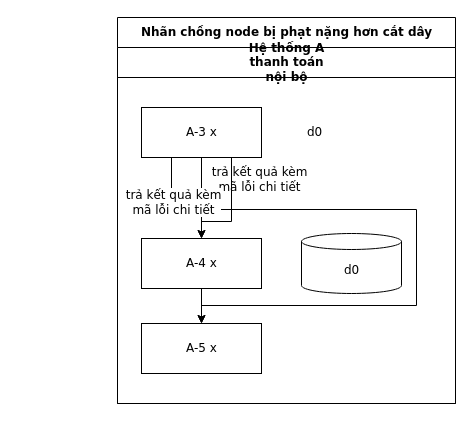
luytbq/flowcast keeps this draw.io diagram as conformance/golden/cases/53-label-node-overlap-weight.drawio. Above is the earlier version. Source tidied: cells renumbered, new cells numbered last; positions are measured from the earlier drawing's top-left corner, leaving out a move shared by most shapes. Both pictures are drawn from the tidied source at 100%, with x=0, y=0 at pixel (117, 17).
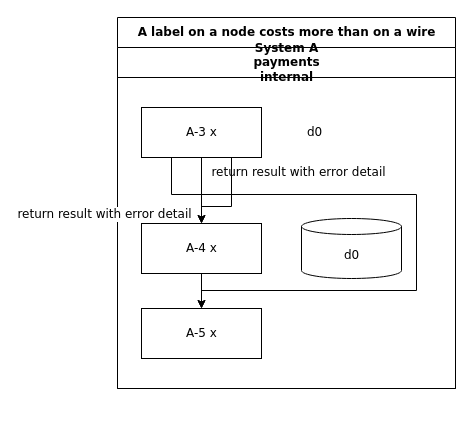
After the change.

Diff of the diagram source:
```diff
@@
 <mxGraphModel>
   <root>
     <mxCell id="0" />
     <mxCell id="1" parent="0" />
-    <mxCell id="2" value="Nhãn chồng node bị phạt nặng hơn cắt dây" style="swimlane;html=1;startSize=30;fontStyle=1;fontFamily=Verdana;fontSize=12;flowtable=1;" parent="1" vertex="1">
-      <mxGeometry width="338" height="386" as="geometry" />
+    <mxCell id="2" value="A label on a node costs more than on a wire" style="swimlane;html=1;startSize=30;fontStyle=1;fontFamily=Verdana;fontSize=12;flowtable=1;" parent="1" vertex="1">
+      <mxGeometry width="338" height="371" as="geometry" />
     </mxCell>
-    <mxCell id="3" value="Hệ thống A&lt;br&gt;thanh toán&lt;br&gt;nội bộ" style="swimlane;html=1;startSize=30;fontFamily=Verdana;fontSize=12;flowtable=1;" parent="2" vertex="1">
-      <mxGeometry y="30" width="338" height="356" as="geometry" />
+    <mxCell id="3" value="System A&lt;br&gt;payments&lt;br&gt;internal" style="swimlane;html=1;startSize=30;fontFamily=Verdana;fontSize=12;flowtable=1;" parent="2" vertex="1">
+      <mxGeometry y="30" width="338" height="341" as="geometry" />
     </mxCell>
     <mxCell id="4" value="A-3 x" style="rounded=0;html=1;fontFamily=Verdana;fontSize=12;flowtable=1;" parent="3" vertex="1">
       <mxGeometry x="24" y="60" width="120" height="50" as="geometry" />
     </mxCell>
     <mxCell id="5" value="d0" style="text;html=1;align=left;verticalAlign=middle;spacingLeft=4;fontFamily=Verdana;fontSize=12;flowtable=1;" parent="3" vertex="1">
       <mxGeometry x="184" y="71" width="36" height="28" as="geometry" />
     </mxCell>
     <mxCell id="6" value="A-4 x" style="rounded=0;html=1;fontFamily=Verdana;fontSize=12;flowtable=1;" parent="3" vertex="1">
-      <mxGeometry x="24" y="191" width="120" height="50" as="geometry" />
+      <mxGeometry x="24" y="176" width="120" height="50" as="geometry" />
     </mxCell>
     <mxCell id="7" value="d0" style="shape=cylinder3;html=1;boundedLbl=1;backgroundOutline=1;size=8;fontFamily=Verdana;fontSize=12;flowtable=1;" parent="3" vertex="1">
-      <mxGeometry x="184" y="186" width="100" height="60" as="geometry" />
+      <mxGeometry x="184" y="171" width="100" height="60" as="geometry" />
     </mxCell>
     <mxCell id="8" value="A-5 x" style="rounded=0;html=1;fontFamily=Verdana;fontSize=12;flowtable=1;" parent="3" vertex="1">
-      <mxGeometry x="24" y="276" width="120" height="50" as="geometry" />
+      <mxGeometry x="24" y="261" width="120" height="50" as="geometry" />
     </mxCell>
-    <mxCell id="9" value="trả kết quả kèm&lt;br&gt;mã lỗi chi tiết" style="edgeStyle=orthogonalEdgeStyle;rounded=0;jettySize=auto;html=1;labelBackgroundColor=default;exitX=0.5;exitY=1;exitDx=0;exitDy=0;entryX=0.5;entryY=0;entryDx=0;entryDy=0;fontFamily=Verdana;fontSize=12;flowtable=1;" parent="2" edge="1" source="4" target="6">
-      <mxGeometry x="-0.46" relative="1" as="geometry">
-        <mxPoint x="57.5" as="offset" />
+    <mxCell id="9" value="return result with error detail" style="edgeStyle=orthogonalEdgeStyle;rounded=0;jettySize=auto;html=1;labelBackgroundColor=default;exitX=0.5;exitY=1;exitDx=0;exitDy=0;entryX=0.5;entryY=0;entryDx=0;entryDy=0;fontFamily=Verdana;fontSize=12;flowtable=1;" parent="2" edge="1" source="4" target="6">
+      <mxGeometry x="-0.56" relative="1" as="geometry">
+        <mxPoint x="97.3" as="offset" />
       </mxGeometry>
     </mxCell>
     <mxCell id="10" style="edgeStyle=orthogonalEdgeStyle;rounded=0;jettySize=auto;html=1;labelBackgroundColor=default;exitX=0.25;exitY=1;exitDx=0;exitDy=0;entryX=0.5;entryY=0;entryDx=0;entryDy=0;fontFamily=Verdana;fontSize=12;flowtable=1;" parent="2" edge="1" source="4" target="8">
       <mxGeometry relative="1" as="geometry">
         <Array as="points">
-          <mxPoint x="54" y="192" />
-          <mxPoint x="299" y="192" />
-          <mxPoint x="299" y="288" />
-          <mxPoint x="84" y="288" />
+          <mxPoint x="54" y="177" />
+          <mxPoint x="299" y="177" />
+          <mxPoint x="299" y="273" />
+          <mxPoint x="84" y="273" />
         </Array>
       </mxGeometry>
     </mxCell>
-    <mxCell id="11" value="trả kết quả kèm&lt;br&gt;mã lỗi chi tiết" style="edgeStyle=orthogonalEdgeStyle;rounded=0;jettySize=auto;html=1;labelBackgroundColor=default;exitX=0.75;exitY=1;exitDx=0;exitDy=0;entryX=0.5;entryY=0;entryDx=0;entryDy=0;fontFamily=Verdana;fontSize=12;flowtable=1;" parent="2" edge="1" source="4" target="6">
-      <mxGeometry x="0.69" relative="1" as="geometry">
+    <mxCell id="11" value="return result with error detail" style="edgeStyle=orthogonalEdgeStyle;rounded=0;jettySize=auto;html=1;labelBackgroundColor=default;exitX=0.75;exitY=1;exitDx=0;exitDy=0;entryX=0.5;entryY=0;entryDx=0;entryDy=0;fontFamily=Verdana;fontSize=12;flowtable=1;" parent="2" edge="1" source="4" target="6">
+      <mxGeometry x="0.82" relative="1" as="geometry">
         <Array as="points">
-          <mxPoint x="114" y="204" />
-          <mxPoint x="84" y="204" />
+          <mxPoint x="114" y="189" />
+          <mxPoint x="84" y="189" />
         </Array>
-        <mxPoint x="-28.4" y="-19" as="offset" />
+        <mxPoint x="-97.3" as="offset" />
       </mxGeometry>
     </mxCell>
     <mxCell id="12" style="edgeStyle=orthogonalEdgeStyle;rounded=0;jettySize=auto;html=1;labelBackgroundColor=default;exitX=0.5;exitY=1;exitDx=0;exitDy=0;entryX=0.5;entryY=0;entryDx=0;entryDy=0;fontFamily=Verdana;fontSize=12;flowtable=1;" parent="2" edge="1" source="6" target="8">
       <mxGeometry relative="1" as="geometry" />
     </mxCell>
   </root>
 </mxGraphModel>
```
